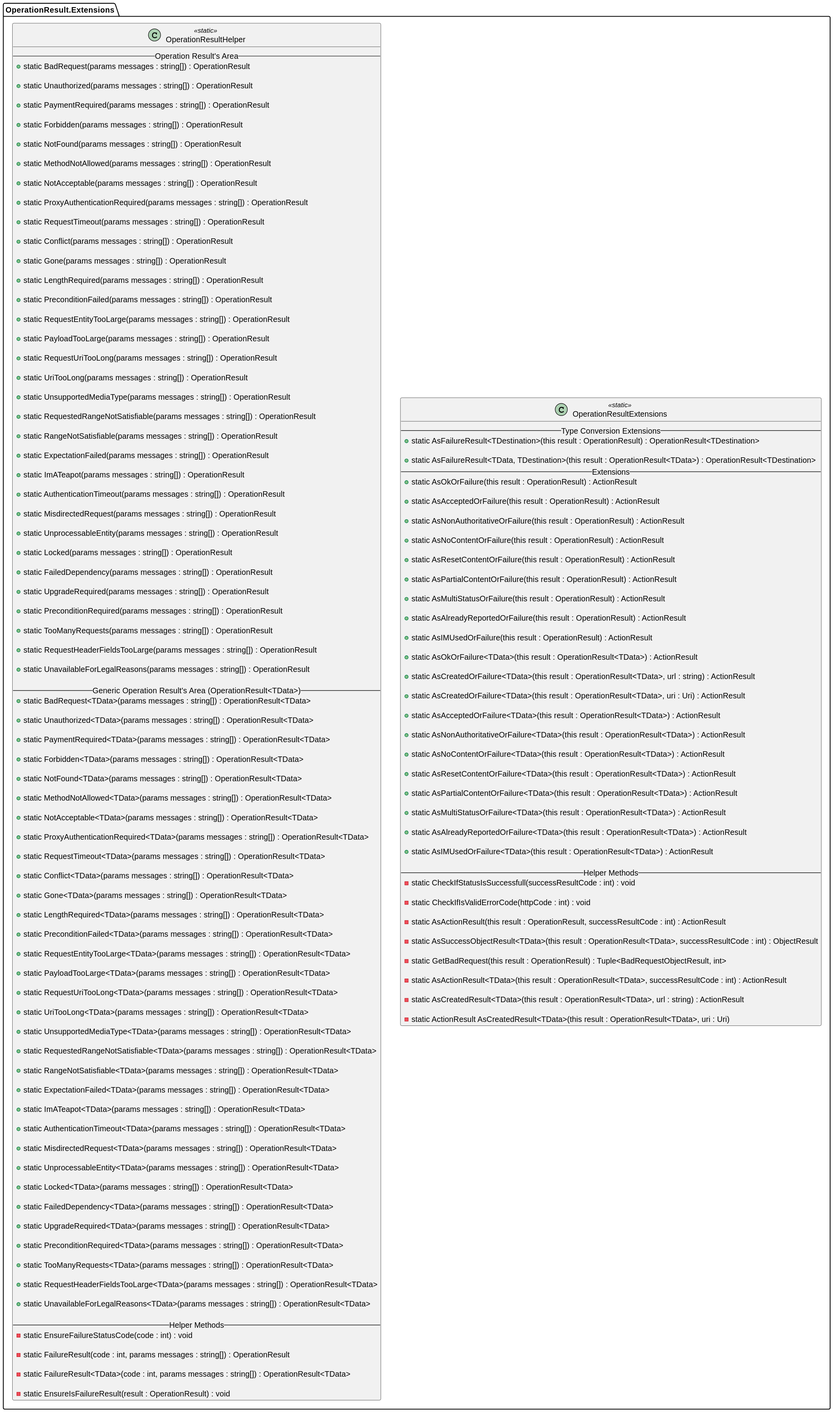
Before: OperationResultExtensions_ver_201.svg, a diagram exported from PlantUML (VladGanuscheak/OperationResult.Extensions). Source of this version:
```plantuml
@startuml OperationResult

package OperationResult.Extensions {

    class OperationResultExtensions <<static>> {
        --Type Conversion Extensions--
        + static AsFailureResult<TDestination>(this result : OperationResult) : OperationResult<TDestination>

        + static AsFailureResult<TData, TDestination>(this result : OperationResult<TData>) : OperationResult<TDestination>
        --Extensions--
        + static AsOkOrFailure(this result : OperationResult) : ActionResult

        + static AsAcceptedOrFailure(this result : OperationResult) : ActionResult

        + static AsNonAuthoritativeOrFailure(this result : OperationResult) : ActionResult

        + static AsNoContentOrFailure(this result : OperationResult) : ActionResult

        + static AsResetContentOrFailure(this result : OperationResult) : ActionResult

        + static AsPartialContentOrFailure(this result : OperationResult) : ActionResult

        + static AsMultiStatusOrFailure(this result : OperationResult) : ActionResult

        + static AsAlreadyReportedOrFailure(this result : OperationResult) : ActionResult

        + static AsIMUsedOrFailure(this result : OperationResult) : ActionResult

        + static AsOkOrFailure<TData>(this result : OperationResult<TData>) : ActionResult

        + static AsCreatedOrFailure<TData>(this result : OperationResult<TData>, url : string) : ActionResult

        + static AsCreatedOrFailure<TData>(this result : OperationResult<TData>, uri : Uri) : ActionResult

        + static AsAcceptedOrFailure<TData>(this result : OperationResult<TData>) : ActionResult

        + static AsNonAuthoritativeOrFailure<TData>(this result : OperationResult<TData>) : ActionResult

        + static AsNoContentOrFailure<TData>(this result : OperationResult<TData>) : ActionResult

        + static AsResetContentOrFailure<TData>(this result : OperationResult<TData>) : ActionResult

        + static AsPartialContentOrFailure<TData>(this result : OperationResult<TData>) : ActionResult

        + static AsMultiStatusOrFailure<TData>(this result : OperationResult<TData>) : ActionResult

        + static AsAlreadyReportedOrFailure<TData>(this result : OperationResult<TData>) : ActionResult

        + static AsIMUsedOrFailure<TData>(this result : OperationResult<TData>) : ActionResult

        --Helper Methods--
        - static CheckIfStatusIsSuccessfull(successResultCode : int) : void

        - static CheckIfIsValidErrorCode(httpCode : int) : void

        - static AsActionResult(this result : OperationResult, successResultCode : int) : ActionResult

        - static AsSuccessObjectResult<TData>(this result : OperationResult<TData>, successResultCode : int) : ObjectResult

        - static GetBadRequest(this result : OperationResult) : Tuple<BadRequestObjectResult, int>

        - static AsActionResult<TData>(this result : OperationResult<TData>, successResultCode : int) : ActionResult

        - static AsCreatedResult<TData>(this result : OperationResult<TData>, url : string) : ActionResult

        - static ActionResult AsCreatedResult<TData>(this result : OperationResult<TData>, uri : Uri)
    }

    class OperationResultHelper <<static>> {
        --Operation Result's Area--
        + static BadRequest(params messages : string[]) : OperationResult

        + static Unauthorized(params messages : string[]) : OperationResult

        + static PaymentRequired(params messages : string[]) : OperationResult

        + static Forbidden(params messages : string[]) : OperationResult

        + static NotFound(params messages : string[]) : OperationResult

        + static MethodNotAllowed(params messages : string[]) : OperationResult

        + static NotAcceptable(params messages : string[]) : OperationResult

        + static ProxyAuthenticationRequired(params messages : string[]) : OperationResult

        + static RequestTimeout(params messages : string[]) : OperationResult

        + static Conflict(params messages : string[]) : OperationResult

        + static Gone(params messages : string[]) : OperationResult

        + static LengthRequired(params messages : string[]) : OperationResult

        + static PreconditionFailed(params messages : string[]) : OperationResult

        + static RequestEntityTooLarge(params messages : string[]) : OperationResult

        + static PayloadTooLarge(params messages : string[]) : OperationResult

        + static RequestUriTooLong(params messages : string[]) : OperationResult

        + static UriTooLong(params messages : string[]) : OperationResult

        + static UnsupportedMediaType(params messages : string[]) : OperationResult

        + static RequestedRangeNotSatisfiable(params messages : string[]) : OperationResult

        + static RangeNotSatisfiable(params messages : string[]) : OperationResult

        + static ExpectationFailed(params messages : string[]) : OperationResult

        + static ImATeapot(params messages : string[]) : OperationResult

        + static AuthenticationTimeout(params messages : string[]) : OperationResult

        + static MisdirectedRequest(params messages : string[]) : OperationResult

        + static UnprocessableEntity(params messages : string[]) : OperationResult

        + static Locked(params messages : string[]) : OperationResult

        + static FailedDependency(params messages : string[]) : OperationResult

        + static UpgradeRequired(params messages : string[]) : OperationResult

        + static PreconditionRequired(params messages : string[]) : OperationResult

        + static TooManyRequests(params messages : string[]) : OperationResult

        + static RequestHeaderFieldsTooLarge(params messages : string[]) : OperationResult

        + static UnavailableForLegalReasons(params messages : string[]) : OperationResult

        --Generic Operation Result's Area (OperationResult<TData>)--
        + static BadRequest<TData>(params messages : string[]) : OperationResult<TData>

        + static Unauthorized<TData>(params messages : string[]) : OperationResult<TData>

        + static PaymentRequired<TData>(params messages : string[]) : OperationResult<TData>

        + static Forbidden<TData>(params messages : string[]) : OperationResult<TData>

        + static NotFound<TData>(params messages : string[]) : OperationResult<TData>

        + static MethodNotAllowed<TData>(params messages : string[]) : OperationResult<TData>

        + static NotAcceptable<TData>(params messages : string[]) : OperationResult<TData>

        + static ProxyAuthenticationRequired<TData>(params messages : string[]) : OperationResult<TData>

        + static RequestTimeout<TData>(params messages : string[]) : OperationResult<TData>

        + static Conflict<TData>(params messages : string[]) : OperationResult<TData>

        + static Gone<TData>(params messages : string[]) : OperationResult<TData>

        + static LengthRequired<TData>(params messages : string[]) : OperationResult<TData>

        + static PreconditionFailed<TData>(params messages : string[]) : OperationResult<TData>

        + static RequestEntityTooLarge<TData>(params messages : string[]) : OperationResult<TData>

        + static PayloadTooLarge<TData>(params messages : string[]) : OperationResult<TData>

        + static RequestUriTooLong<TData>(params messages : string[]) : OperationResult<TData>

        + static UriTooLong<TData>(params messages : string[]) : OperationResult<TData>

        + static UnsupportedMediaType<TData>(params messages : string[]) : OperationResult<TData>

        + static RequestedRangeNotSatisfiable<TData>(params messages : string[]) : OperationResult<TData>

        + static RangeNotSatisfiable<TData>(params messages : string[]) : OperationResult<TData>

        + static ExpectationFailed<TData>(params messages : string[]) : OperationResult<TData>

        + static ImATeapot<TData>(params messages : string[]) : OperationResult<TData>

        + static AuthenticationTimeout<TData>(params messages : string[]) : OperationResult<TData>

        + static MisdirectedRequest<TData>(params messages : string[]) : OperationResult<TData>

        + static UnprocessableEntity<TData>(params messages : string[]) : OperationResult<TData>

        + static Locked<TData>(params messages : string[]) : OperationResult<TData>

        + static FailedDependency<TData>(params messages : string[]) : OperationResult<TData>

        + static UpgradeRequired<TData>(params messages : string[]) : OperationResult<TData>

        + static PreconditionRequired<TData>(params messages : string[]) : OperationResult<TData>

        + static TooManyRequests<TData>(params messages : string[]) : OperationResult<TData>

        + static RequestHeaderFieldsTooLarge<TData>(params messages : string[]) : OperationResult<TData>

        + static UnavailableForLegalReasons<TData>(params messages : string[]) : OperationResult<TData>

        --Helper Methods--
        - static EnsureFailureStatusCode(code : int) : void

        - static FailureResult(code : int, params messages : string[]) : OperationResult

        - static FailureResult<TData>(code : int, params messages : string[]) : OperationResult<TData>

        - static EnsureIsFailureResult(result : OperationResult) : void
    }
}

@enduml
```
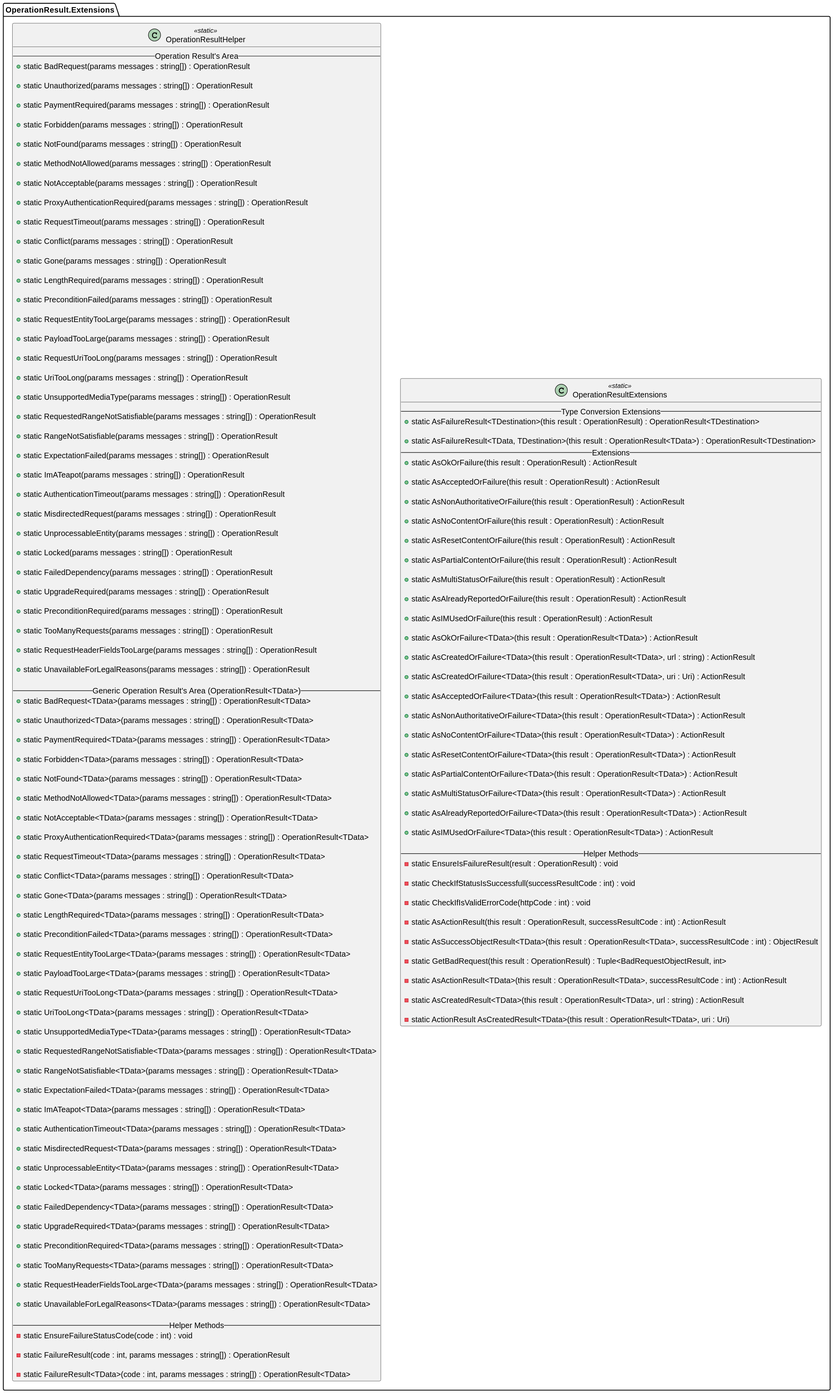
Above is the later version.

Diff of the diagram source:
```diff
@@ -49,6 +49,8 @@
         + static AsIMUsedOrFailure<TData>(this result : OperationResult<TData>) : ActionResult
 
         --Helper Methods--
+        - static EnsureIsFailureResult(result : OperationResult) : void
+
         - static CheckIfStatusIsSuccessfull(successResultCode : int) : void
 
         - static CheckIfIsValidErrorCode(httpCode : int) : void
@@ -203,8 +205,6 @@
         - static FailureResult(code : int, params messages : string[]) : OperationResult
 
         - static FailureResult<TData>(code : int, params messages : string[]) : OperationResult<TData>
-
-        - static EnsureIsFailureResult(result : OperationResult) : void
     }
 }
 
```
